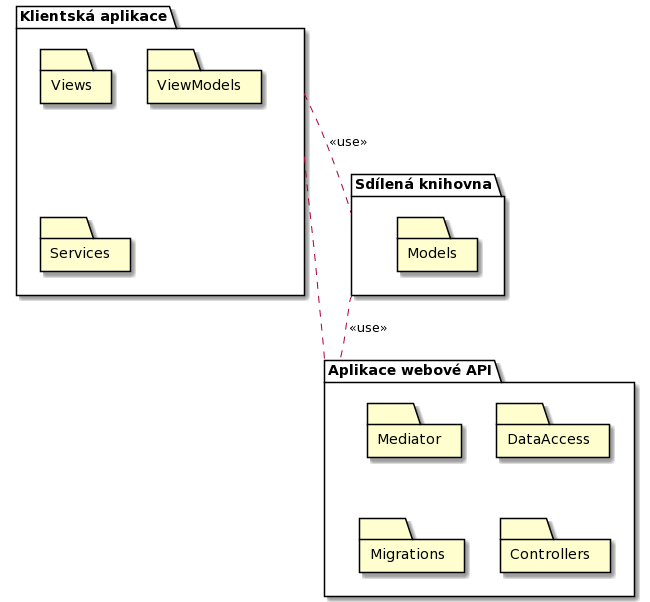
Before: dokumentace architektury/architektura 2/assets/prodejni_system_high_level_module_view.png, a diagram exported from PlantUML (MichalMoudry/4IT575-seminarni-prace). Its diagram source:
```plantuml
@startuml
package "Klientská aplikace" as clientApp {

 folder "Views"

 folder "ViewModels"

 folder "Services"

 }

 package "Aplikace webové API" as webApp {

 folder "Mediator"

 folder "DataAccess"

 folder "Migrations"

 folder "Controllers"

 }

 package "Sdílená knihovna" as sharedLibrary {

 folder "Models"

 }

 webApp .up. sharedLibrary : "<<use>>"

 clientApp .. sharedLibrary : "<<use>>"

 clientApp .. webApp
@enduml
```
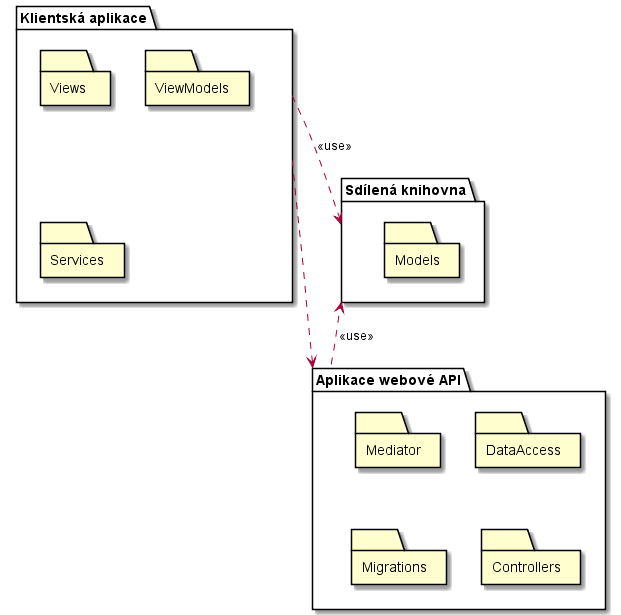
The same file after the commit.

The edit, as a diff of the source:
```diff
@@ -1,35 +1,37 @@
 @startuml
+
 package "Klientská aplikace" as clientApp {
 
- folder "Views"
+    folder "Views"
 
- folder "ViewModels"
+    folder "ViewModels"
 
- folder "Services"
+    folder "Services"
 
- }
+}
 
- package "Aplikace webové API" as webApp {
+package "Aplikace webové API" as webApp {
 
- folder "Mediator"
+    folder "Mediator"
 
- folder "DataAccess"
+    folder "DataAccess"
 
- folder "Migrations"
+    folder "Migrations"
 
- folder "Controllers"
+    folder "Controllers"
 
- }
+}
 
- package "Sdílená knihovna" as sharedLibrary {
+package "Sdílená knihovna" as sharedLibrary {
 
- folder "Models"
+    folder "Models"
 
- }
+}
 
- webApp .up. sharedLibrary : "<<use>>"
+webApp .up.> sharedLibrary : "<<use>>"
 
- clientApp .. sharedLibrary : "<<use>>"
+clientApp ..> sharedLibrary : "<<use>>"
 
- clientApp .. webApp
+clientApp ..> webApp
+
 @enduml
```
